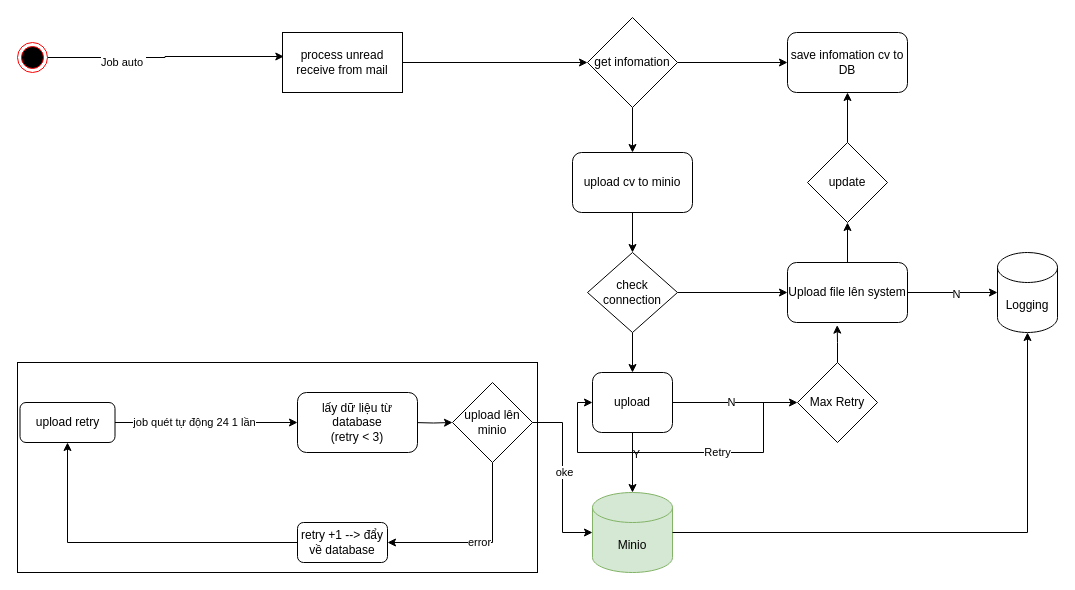
This is page "job-receive-mail" (1 of 2) of hr.drawio from letheanh12345/Draw-io, a draw.io file, before an edit. Source tidied: cells renumbered, new cells numbered last; positions are measured from the earlier drawing's top-left corner, leaving out a move shared by most shapes. Both pictures are drawn from the tidied source at 100%, with x=0, y=0 at pixel (17, 17).
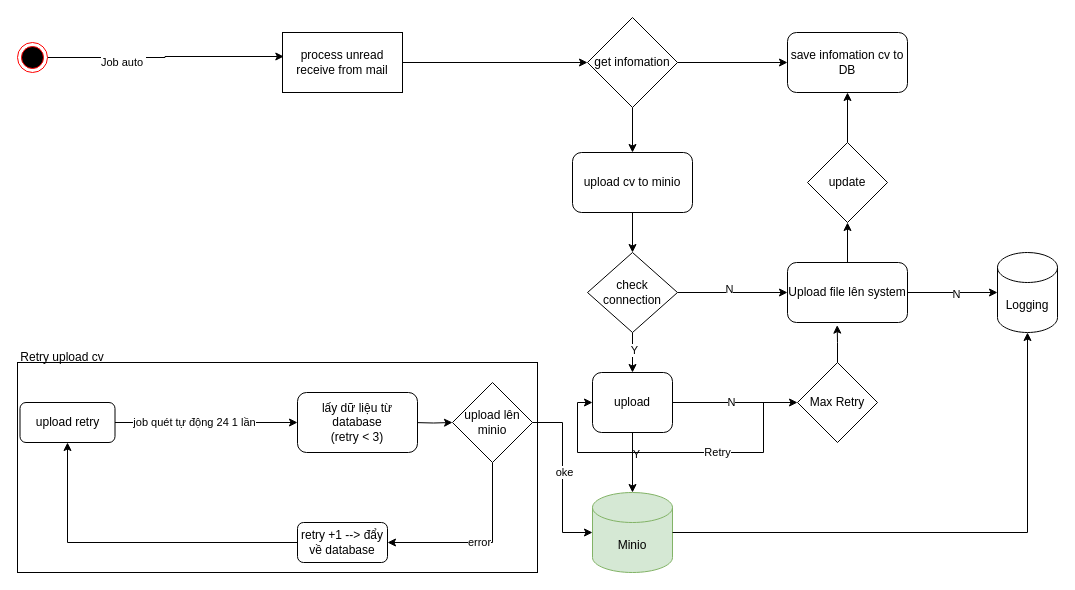
The same page after the edit.

The change refers to these unchanged cells:
```xml
<mxCell id="13" style="edgeStyle=orthogonalEdgeStyle;rounded=0;jettySize=auto;html=1;entryX=0.5;entryY=0;entryDx=0;entryDy=0;" parent="1" edge="1" source="15" target="22">
  <mxGeometry relative="1" as="geometry" />
</mxCell>
<mxCell id="14" style="edgeStyle=orthogonalEdgeStyle;rounded=0;jettySize=auto;html=1;entryX=0;entryY=0.5;entryDx=0;entryDy=0;" parent="1" edge="1" source="15" target="19">
  <mxGeometry relative="1" as="geometry" />
</mxCell>
```

Change to the diagram source:
```diff
@@
+    <mxCell id="45" value="Y" style="edgeLabel;html=1;align=center;verticalAlign=middle;" parent="13" vertex="1">
+      <mxGeometry x="-0.15" y="1" relative="1" as="geometry" />
+    </mxCell>
@@
+    <mxCell id="46" value="N" style="edgeLabel;html=1;align=center;verticalAlign=middle;" parent="14" vertex="1">
+      <mxGeometry x="-0.07" y="4" relative="1" as="geometry" />
+    </mxCell>
@@
+    <mxCell id="47" value="Retry upload cv" style="text;html=1;strokeColor=none;fillColor=none;align=center;verticalAlign=middle;whiteSpace=wrap;rounded=0;" parent="1" vertex="1">
+      <mxGeometry y="325" width="90" height="30" as="geometry" />
+    </mxCell>
```
